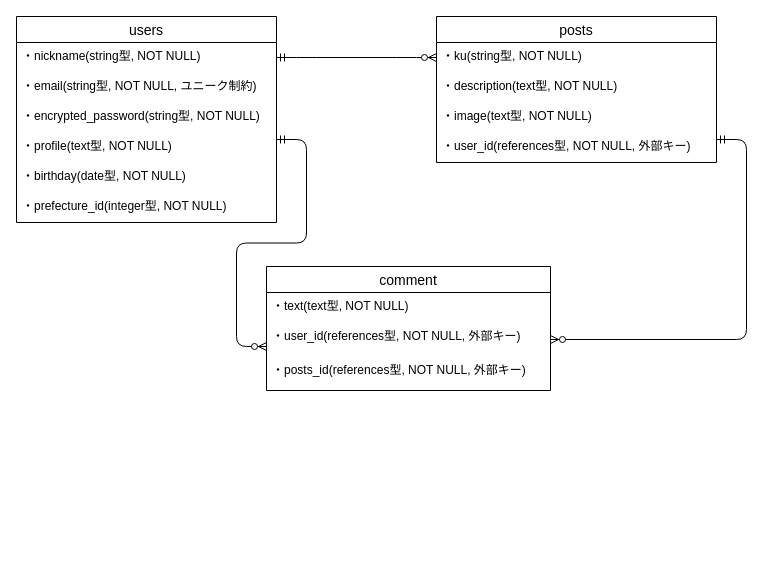
Before: haiker575.dio in hiddy0329/haiker575, a draw.io diagram. Source tidied: cells renumbered, new cells numbered last; positions are measured from the earlier drawing's top-left corner, leaving out a move shared by most shapes. Both pictures are drawn from the tidied source at 100%, with x=0, y=0 at pixel (16, 16).
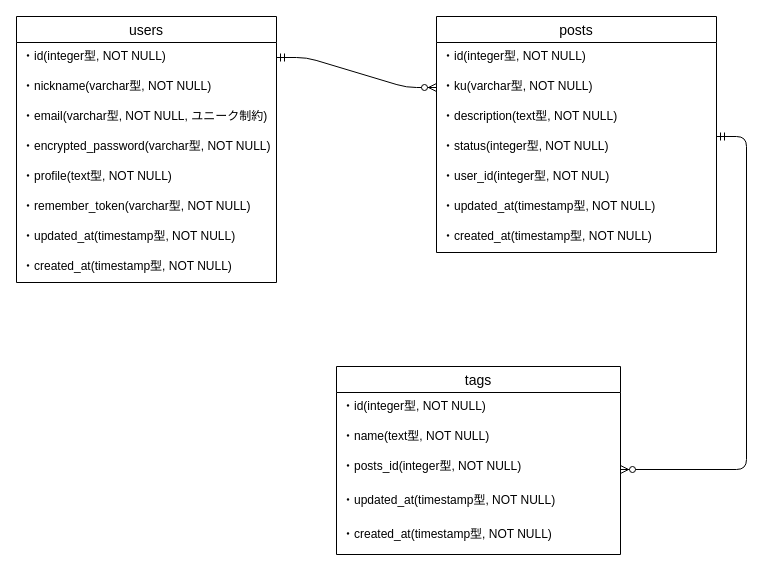
After the change.

The edit, as a diff of the source:
```diff
@@
     <mxCell id="2" value="users" style="swimlane;fontStyle=0;horizontal=1;startSize=26;align=center;fontSize=14;" parent="1" vertex="1">
-      <mxGeometry width="260" height="206" as="geometry" />
+      <mxGeometry width="260" height="266" as="geometry" />
     </mxCell>
-    <mxCell id="3" value="・nickname(string型, NOT NULL)" style="text;strokeColor=none;fillColor=none;spacingLeft=4;spacingRight=4;overflow=hidden;points=[[0,0.5],[1,0.5]];portConstraint=eastwest;fontSize=12;" parent="2" vertex="1">
+    <mxCell id="3" value="・id(integer型, NOT NULL)" style="text;strokeColor=none;fillColor=none;spacingLeft=4;spacingRight=4;overflow=hidden;points=[[0,0.5],[1,0.5]];portConstraint=eastwest;fontSize=12;" parent="2" vertex="1">
       <mxGeometry y="26" width="260" height="30" as="geometry" />
     </mxCell>
+    <mxCell id="21" value="・nickname(varchar型, NOT NULL)" style="text;strokeColor=none;fillColor=none;spacingLeft=4;spacingRight=4;overflow=hidden;fontSize=12;" parent="2" vertex="1">
+      <mxGeometry y="56" width="260" height="30" as="geometry" />
+    </mxCell>
-    <mxCell id="4" value="・email(string型, NOT NULL, ユニーク制約)" style="text;strokeColor=none;fillColor=none;spacingLeft=4;spacingRight=4;overflow=hidden;fontSize=12;" parent="2" vertex="1">
-      <mxGeometry y="56" width="260" height="30" as="geometry" />
+    <mxCell id="4" value="・email(varchar型, NOT NULL, ユニーク制約)" style="text;strokeColor=none;fillColor=none;spacingLeft=4;spacingRight=4;overflow=hidden;fontSize=12;" parent="2" vertex="1">
+      <mxGeometry y="86" width="260" height="30" as="geometry" />
     </mxCell>
-    <mxCell id="5" value="・encrypted_password(string型, NOT NULL)" style="text;strokeColor=none;fillColor=none;spacingLeft=4;spacingRight=4;overflow=hidden;fontSize=12;" parent="2" vertex="1">
-      <mxGeometry y="86" width="260" height="30" as="geometry" />
+    <mxCell id="5" value="・encrypted_password(varchar型, NOT NULL)" style="text;strokeColor=none;fillColor=none;spacingLeft=4;spacingRight=4;overflow=hidden;fontSize=12;" parent="2" vertex="1">
+      <mxGeometry y="116" width="260" height="30" as="geometry" />
     </mxCell>
     <mxCell id="6" value="・profile(text型, NOT NULL)" style="text;strokeColor=none;fillColor=none;spacingLeft=4;spacingRight=4;overflow=hidden;fontSize=12;" parent="2" vertex="1">
-      <mxGeometry y="116" width="260" height="30" as="geometry" />
+      <mxGeometry y="146" width="260" height="30" as="geometry" />
     </mxCell>
-    <mxCell id="7" value="・birthday(date型, NOT NULL)" style="text;strokeColor=none;fillColor=none;spacingLeft=4;spacingRight=4;overflow=hidden;fontSize=12;" parent="2" vertex="1">
-      <mxGeometry y="146" width="260" height="30" as="geometry" />
-    </mxCell>
-    <mxCell id="8" value="・prefecture_id(integer型, NOT NULL)" style="text;strokeColor=none;fillColor=none;spacingLeft=4;spacingRight=4;overflow=hidden;fontSize=12;" parent="2" vertex="1">
-      <mxGeometry y="176" width="260" height="30" as="geometry" />
-    </mxCell>
+    <mxCell id="22" value="・remember_token(varchar型, NOT NULL)" style="text;strokeColor=none;fillColor=none;spacingLeft=4;spacingRight=4;overflow=hidden;fontSize=12;" parent="2" vertex="1">
+      <mxGeometry y="176" width="260" height="30" as="geometry" />
+    </mxCell>
+    <mxCell id="23" value="・updated_at(timestamp型, NOT NULL)" style="text;strokeColor=none;fillColor=none;spacingLeft=4;spacingRight=4;overflow=hidden;fontSize=12;" parent="2" vertex="1">
+      <mxGeometry y="206" width="260" height="30" as="geometry" />
+    </mxCell>
+    <mxCell id="24" value="・created_at(timestamp型, NOT NULL)" style="text;strokeColor=none;fillColor=none;spacingLeft=4;spacingRight=4;overflow=hidden;fontSize=12;" parent="2" vertex="1">
+      <mxGeometry y="236" width="260" height="30" as="geometry" />
+    </mxCell>
     <mxCell id="9" value="posts" style="swimlane;fontStyle=0;horizontal=1;startSize=26;align=center;fontSize=14;" parent="1" vertex="1">
-      <mxGeometry x="420" width="280" height="146" as="geometry" />
+      <mxGeometry x="420" width="280" height="236" as="geometry" />
     </mxCell>
+    <mxCell id="25" value="・id(integer型, NOT NULL)" style="text;strokeColor=none;fillColor=none;spacingLeft=4;spacingRight=4;overflow=hidden;fontSize=12;" parent="9" vertex="1">
+      <mxGeometry y="26" width="280" height="30" as="geometry" />
+    </mxCell>
-    <mxCell id="10" value="・ku(string型, NOT NULL)" style="text;strokeColor=none;fillColor=none;spacingLeft=4;spacingRight=4;overflow=hidden;points=[[0,0.5],[1,0.5]];portConstraint=eastwest;fontSize=12;" parent="9" vertex="1">
-      <mxGeometry y="26" width="280" height="30" as="geometry" />
+    <mxCell id="10" value="・ku(varchar型, NOT NULL)" style="text;strokeColor=none;fillColor=none;spacingLeft=4;spacingRight=4;overflow=hidden;points=[[0,0.5],[1,0.5]];portConstraint=eastwest;fontSize=12;" parent="9" vertex="1">
+      <mxGeometry y="56" width="280" height="30" as="geometry" />
     </mxCell>
     <mxCell id="11" value="・description(text型, NOT NULL)" style="text;strokeColor=none;fillColor=none;spacingLeft=4;spacingRight=4;overflow=hidden;fontSize=12;" parent="9" vertex="1">
-      <mxGeometry y="56" width="280" height="30" as="geometry" />
+      <mxGeometry y="86" width="280" height="30" as="geometry" />
     </mxCell>
-    <mxCell id="12" value="・image(text型, NOT NULL)" style="text;strokeColor=none;fillColor=none;spacingLeft=4;spacingRight=4;overflow=hidden;fontSize=12;" parent="9" vertex="1">
-      <mxGeometry y="86" width="280" height="30" as="geometry" />
+    <mxCell id="12" value="・status(integer型, NOT NULL)" style="text;strokeColor=none;fillColor=none;spacingLeft=4;spacingRight=4;overflow=hidden;fontSize=12;" parent="9" vertex="1">
+      <mxGeometry y="116" width="280" height="30" as="geometry" />
     </mxCell>
-    <mxCell id="13" value="・user_id(references型, NOT NULL, 外部キー)" style="text;strokeColor=none;fillColor=none;spacingLeft=4;spacingRight=4;overflow=hidden;fontSize=12;" parent="9" vertex="1">
-      <mxGeometry y="116" width="280" height="30" as="geometry" />
+    <mxCell id="13" value="・user_id(integer型, NOT NUL)" style="text;strokeColor=none;fillColor=none;spacingLeft=4;spacingRight=4;overflow=hidden;fontSize=12;" parent="9" vertex="1">
+      <mxGeometry y="146" width="280" height="30" as="geometry" />
     </mxCell>
+    <mxCell id="26" value="・updated_at(timestamp型, NOT NULL)" style="text;strokeColor=none;fillColor=none;spacingLeft=4;spacingRight=4;overflow=hidden;fontSize=12;" parent="9" vertex="1">
+      <mxGeometry y="176" width="280" height="30" as="geometry" />
+    </mxCell>
+    <mxCell id="27" value="・created_at(timestamp型, NOT NULL)" style="text;strokeColor=none;fillColor=none;spacingLeft=4;spacingRight=4;overflow=hidden;fontSize=12;" parent="9" vertex="1">
+      <mxGeometry y="206" width="280" height="30" as="geometry" />
+    </mxCell>
@@
-    <mxCell id="15" value="comment" style="swimlane;fontStyle=0;horizontal=1;startSize=26;align=center;fontSize=14;" parent="1" vertex="1">
-      <mxGeometry x="250" y="250" width="284" height="124" as="geometry" />
+    <mxCell id="15" value="tags" style="swimlane;fontStyle=0;horizontal=1;startSize=26;align=center;fontSize=14;" parent="1" vertex="1">
+      <mxGeometry x="320" y="350" width="284" height="188" as="geometry" />
     </mxCell>
-    <mxCell id="16" value="・text(text型, NOT NULL)" style="text;strokeColor=none;fillColor=none;spacingLeft=4;spacingRight=4;overflow=hidden;fontSize=12;" parent="15" vertex="1">
+    <mxCell id="16" value="・id(integer型, NOT NULL)" style="text;strokeColor=none;fillColor=none;spacingLeft=4;spacingRight=4;overflow=hidden;fontSize=12;" parent="15" vertex="1">
       <mxGeometry y="26" width="284" height="30" as="geometry" />
     </mxCell>
-    <mxCell id="17" value="・user_id(references型, NOT NULL, 外部キー)" style="text;strokeColor=none;fillColor=none;spacingLeft=4;spacingRight=4;overflow=hidden;points=[[0,0.5],[1,0.5]];portConstraint=eastwest;fontSize=12;" parent="15" vertex="1">
-      <mxGeometry y="56" width="284" height="34" as="geometry" />
-    </mxCell>
+    <mxCell id="28" value="・name(text型, NOT NULL)" style="text;strokeColor=none;fillColor=none;spacingLeft=4;spacingRight=4;overflow=hidden;fontSize=12;" parent="15" vertex="1">
+      <mxGeometry y="56" width="284" height="30" as="geometry" />
+    </mxCell>
+    <mxCell id="20" style="edgeStyle=entityRelationEdgeStyle;fontSize=12;html=1;endArrow=ERzeroToMany;startArrow=ERmandOne;entryX=1;entryY=0.5;entryDx=0;entryDy=0;" parent="15" edge="1" target="18">
+      <mxGeometry relative="1" as="geometry">
+        <mxPoint x="380" y="-230" as="sourcePoint" />
+      </mxGeometry>
+    </mxCell>
-    <mxCell id="18" value="・posts_id(references型, NOT NULL, 外部キー)" style="text;strokeColor=none;fillColor=none;spacingLeft=4;spacingRight=4;overflow=hidden;points=[[0,0.5],[1,0.5]];portConstraint=eastwest;fontSize=12;" parent="15" vertex="1">
-      <mxGeometry y="90" width="284" height="34" as="geometry" />
+    <mxCell id="18" value="・posts_id(integer型, NOT NULL)" style="text;strokeColor=none;fillColor=none;spacingLeft=4;spacingRight=4;overflow=hidden;points=[[0,0.5],[1,0.5]];portConstraint=eastwest;fontSize=12;" parent="15" vertex="1">
+      <mxGeometry y="86" width="284" height="34" as="geometry" />
     </mxCell>
-    <mxCell id="19" style="edgeStyle=entityRelationEdgeStyle;fontSize=12;html=1;endArrow=ERzeroToMany;startArrow=ERmandOne;" parent="1" edge="1">
-      <mxGeometry relative="1" as="geometry">
-        <mxPoint x="260" y="123" as="sourcePoint" />
-        <mxPoint x="250" y="330" as="targetPoint" />
-      </mxGeometry>
-    </mxCell>
-    <mxCell id="20" style="edgeStyle=entityRelationEdgeStyle;fontSize=12;html=1;endArrow=ERzeroToMany;startArrow=ERmandOne;entryX=1;entryY=0.5;entryDx=0;entryDy=0;" parent="1" edge="1" target="17">
-      <mxGeometry relative="1" as="geometry">
-        <mxPoint x="700" y="123" as="sourcePoint" />
-      </mxGeometry>
-    </mxCell>
+    <mxCell id="29" value="・updated_at(timestamp型, NOT NULL)" style="text;strokeColor=none;fillColor=none;spacingLeft=4;spacingRight=4;overflow=hidden;fontSize=12;" parent="15" vertex="1">
+      <mxGeometry y="120" width="284" height="34" as="geometry" />
+    </mxCell>
+    <mxCell id="30" value="・created_at(timestamp型, NOT NULL)" style="text;strokeColor=none;fillColor=none;spacingLeft=4;spacingRight=4;overflow=hidden;fontSize=12;" parent="15" vertex="1">
+      <mxGeometry y="154" width="284" height="34" as="geometry" />
+    </mxCell>
```
